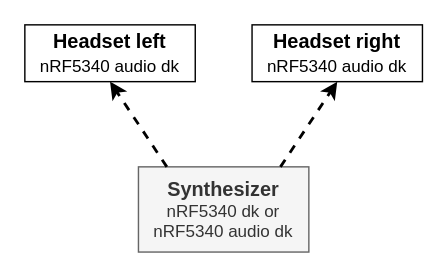
ReinBentdal/le_audio_synthesizer keeps this draw.io diagram as assets/devices.drawio. Above is the earlier version. Source tidied: cells renumbered, new cells numbered last; positions are measured from the earlier drawing's top-left corner, leaving out a move shared by most shapes. Both pictures are drawn from the tidied source at 142%, with x=0, y=0 at pixel (24, 24).
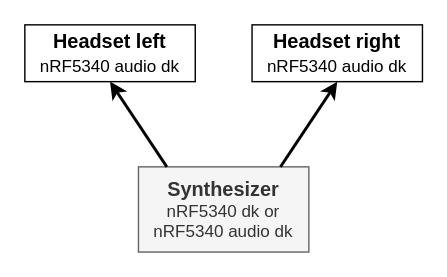
After the change.

Diff of the diagram source:
```diff
@@
 <mxGraphModel>
   <root>
     <mxCell id="0" />
     <mxCell id="1" parent="0" />
     <mxCell id="2" value="&lt;b&gt;&lt;font style=&quot;font-size: 14px;&quot;&gt;Synthesizer&lt;/font&gt;&lt;/b&gt;&lt;br&gt;nRF5340 dk or nRF5340 audio dk" style="rounded=0;whiteSpace=wrap;html=1;fillColor=#f5f5f5;strokeColor=#666666;fontColor=#333333;" parent="1" vertex="1">
       <mxGeometry x="80" y="100" width="120" height="60" as="geometry" />
     </mxCell>
     <mxCell id="3" value="&lt;b&gt;Headset right&lt;/b&gt;&lt;br&gt;&lt;font style=&quot;font-size: 12px;&quot;&gt;nRF5340 audio dk&lt;/font&gt;" style="rounded=0;whiteSpace=wrap;html=1;fontSize=14;" parent="1" vertex="1">
       <mxGeometry x="160" width="120" height="40" as="geometry" />
     </mxCell>
     <mxCell id="4" value="&lt;b&gt;Headset left&lt;/b&gt;&lt;br&gt;&lt;font style=&quot;font-size: 12px;&quot;&gt;nRF5340 audio dk&lt;/font&gt;" style="rounded=0;whiteSpace=wrap;html=1;fontSize=14;" parent="1" vertex="1">
       <mxGeometry width="120" height="40" as="geometry" />
     </mxCell>
-    <mxCell id="5" style="endArrow=classic;html=1;rounded=0;fontSize=12;entryX=0.5;entryY=1;entryDx=0;entryDy=0;dashed=1;strokeWidth=2;" parent="1" edge="1" target="4">
+    <mxCell id="5" style="endArrow=classic;html=1;rounded=0;fontSize=12;entryX=0.5;entryY=1;entryDx=0;entryDy=0;strokeWidth=2;" parent="1" edge="1" target="4">
       <mxGeometry relative="1" as="geometry">
         <mxPoint x="100" y="100" as="sourcePoint" />
       </mxGeometry>
     </mxCell>
-    <mxCell id="6" style="endArrow=classic;html=1;rounded=0;fontSize=12;entryX=0.5;entryY=1;entryDx=0;entryDy=0;strokeWidth=2;dashed=1;" parent="1" edge="1" target="3">
+    <mxCell id="6" style="endArrow=classic;html=1;rounded=0;fontSize=12;entryX=0.5;entryY=1;entryDx=0;entryDy=0;strokeWidth=2;" parent="1" edge="1" target="3">
       <mxGeometry relative="1" as="geometry">
         <mxPoint x="180" y="100" as="sourcePoint" />
       </mxGeometry>
     </mxCell>
   </root>
 </mxGraphModel>
```
